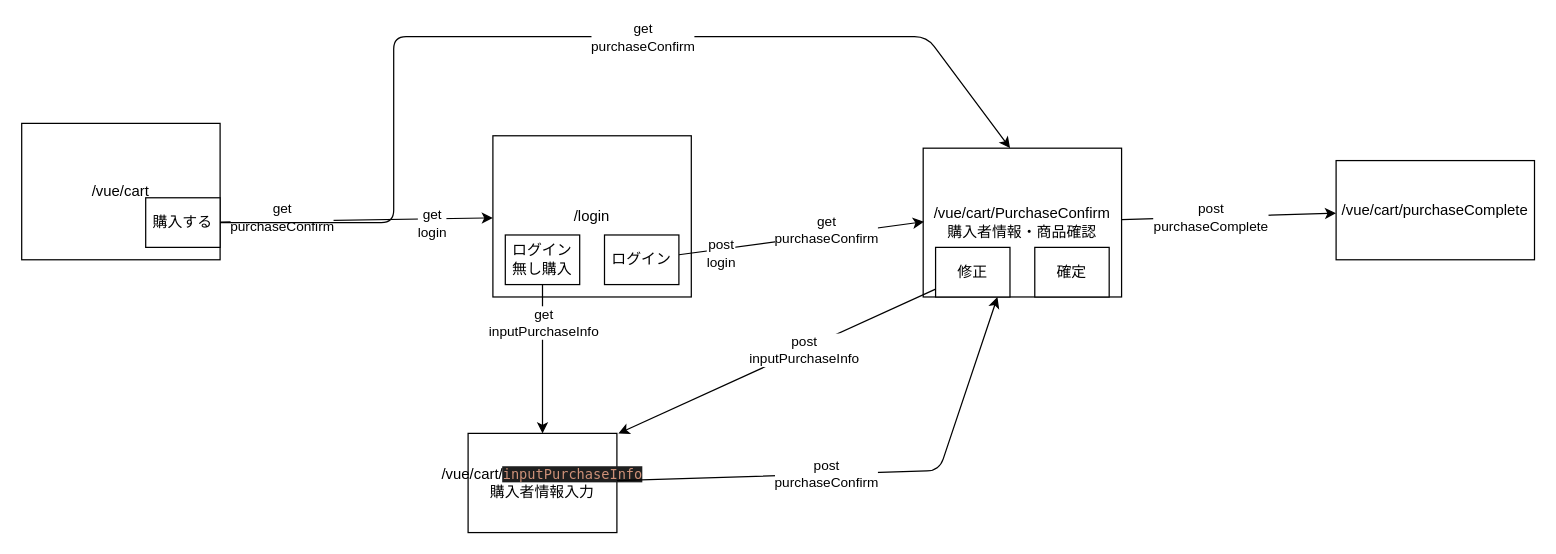
Earlier version of the draw.io diagram 画面遷移.drawio (ehirokatsu/ECsite). Source tidied: cells renumbered, new cells numbered last; positions are measured from the earlier drawing's top-left corner, leaving out a move shared by most shapes. Both pictures are drawn from the tidied source at 124%, with x=0, y=0 at pixel (21, 36).
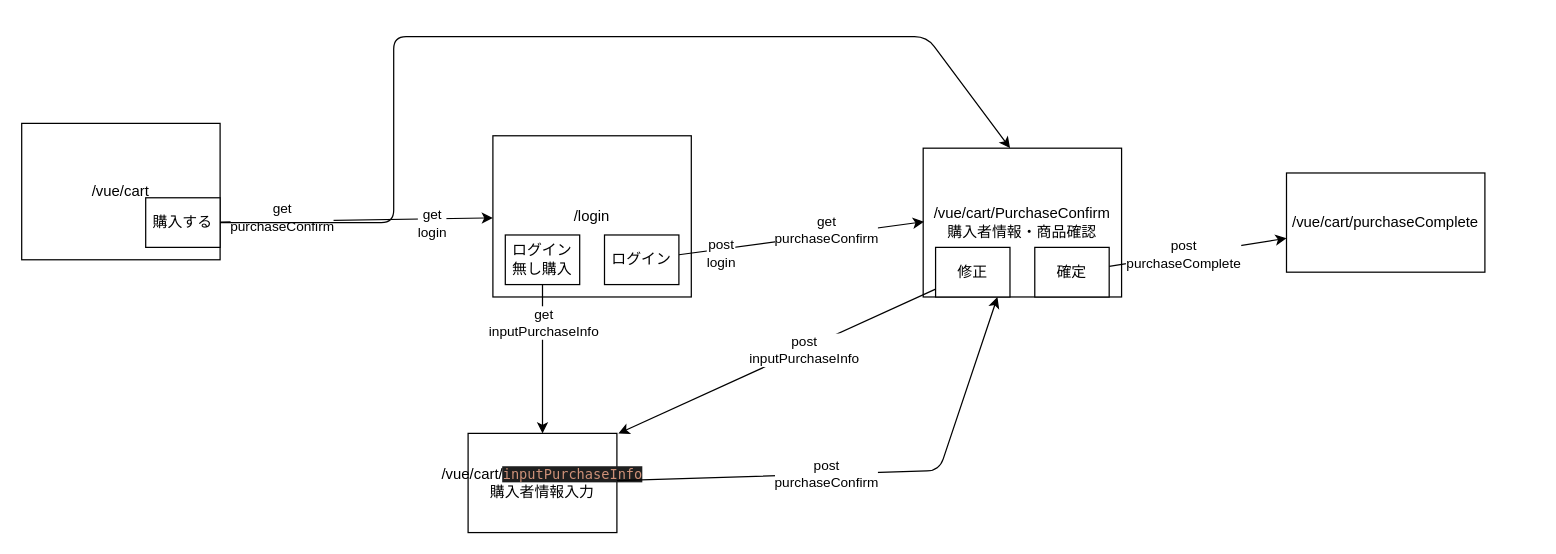
The same diagram, later.

Commit message:
画面遷移図を修正

Unchanged cells that the change refers to:
```xml
<mxCell id="8" value="/vue/cart/PurchaseConfirm&lt;br&gt;購入者情報・商品確認" style="rounded=0;whiteSpace=wrap;html=1;" parent="1" vertex="1">
  <mxGeometry x="727" y="90" width="160" height="120" as="geometry" />
</mxCell>
<mxCell id="18" value="確定" style="whiteSpace=wrap;html=1;" parent="1" vertex="1">
  <mxGeometry x="817" y="170" width="60" height="40" as="geometry" />
</mxCell>
```

The edit, as a diff of the source:
```diff
@@
     <mxCell id="9" value="/vue/cart/purchaseComplete" style="rounded=0;whiteSpace=wrap;html=1;" parent="1" vertex="1">
-      <mxGeometry x="1060" y="100" width="160" height="80" as="geometry" />
+      <mxGeometry x="1020" y="110" width="160" height="80" as="geometry" />
     </mxCell>
@@
-    <mxCell id="16" style="edgeStyle=none;jettySize=auto;html=1;" parent="1" edge="1" source="8" target="9">
+    <mxCell id="16" style="edgeStyle=none;jettySize=auto;html=1;" parent="1" edge="1" source="18" target="9">
       <mxGeometry relative="1" as="geometry" />
     </mxCell>
@@
-    <mxCell id="28" value="get&lt;br&gt;purchaseConfirm" style="edgeLabel;html=1;align=center;verticalAlign=middle;" parent="1" vertex="1">
-      <mxGeometry x="500" as="geometry" />
-    </mxCell>
```
